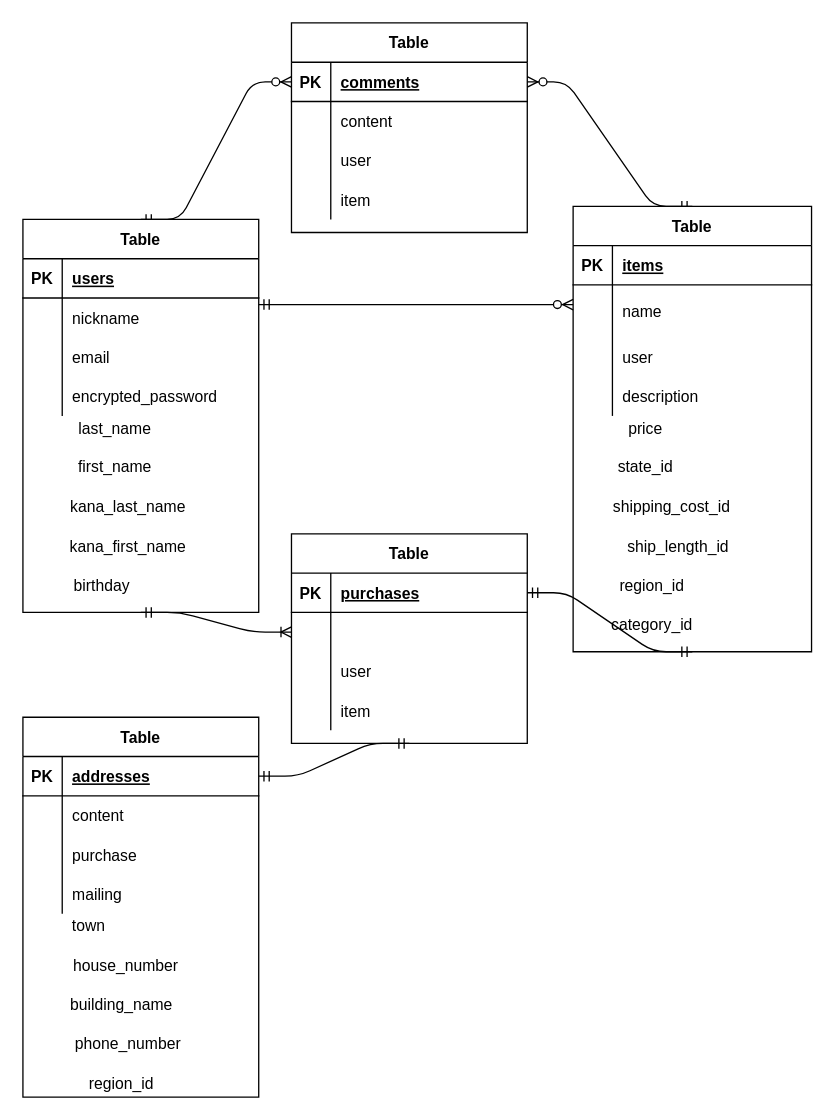
Before: test.drawio in Rick0317/furima-36668, a draw.io diagram. Source tidied: cells renumbered, new cells numbered last; positions are measured from the earlier drawing's top-left corner, leaving out a move shared by most shapes. Both pictures are drawn from the tidied source at 131%, with x=0, y=0 at pixel (22, 22).
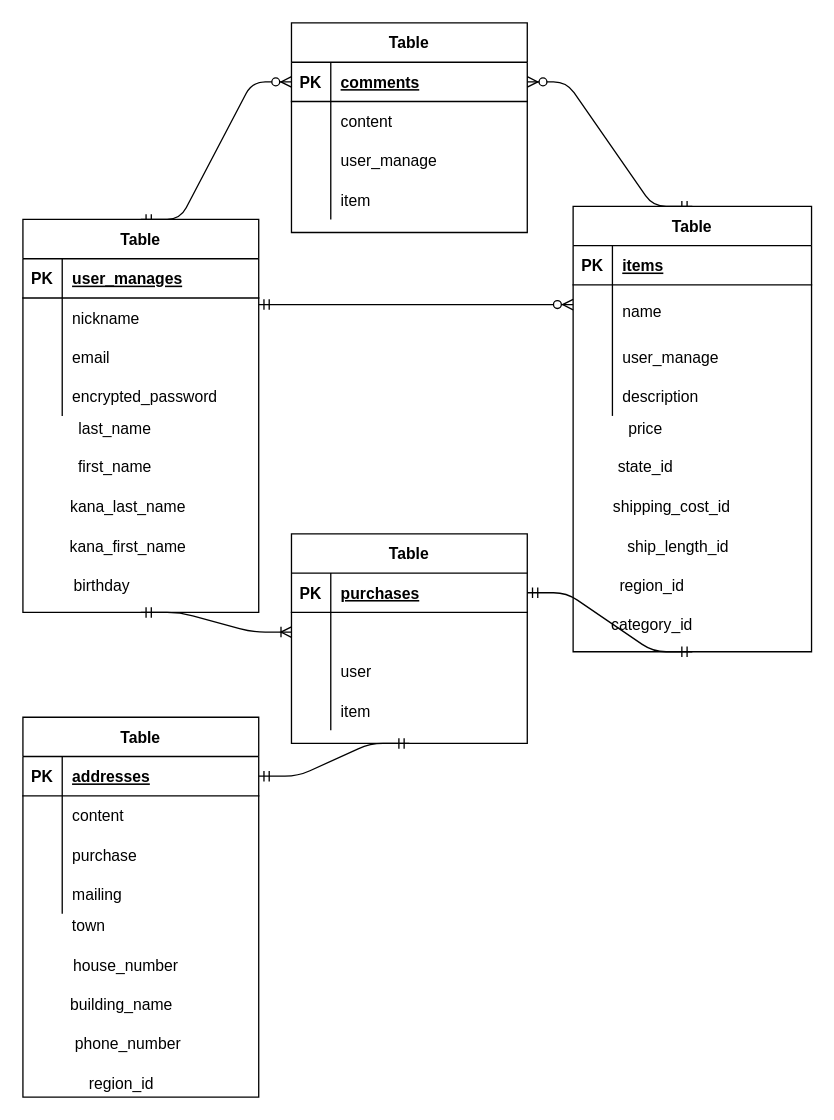
Above is the later version.

Commit message:
database setting commit new 1

The change refers to these unchanged cells:
```xml
<mxCell id="8" style="shape=partialRectangle;fillColor=none;top=0;left=0;bottom=1;right=0;" parent="7" vertex="1">
  <mxGeometry y="30" width="180" height="30" as="geometry" />
</mxCell>
<mxCell id="27" style="shape=partialRectangle;fillColor=none;top=0;left=0;bottom=0;right=0;" parent="20" vertex="1">
  <mxGeometry y="90" width="180" height="30" as="geometry" />
</mxCell>
<mxCell id="40" style="shape=partialRectangle;fillColor=none;top=0;left=0;bottom=0;right=0;" parent="33" vertex="1">
  <mxGeometry y="100" width="182" height="30" as="geometry" />
</mxCell>
```

What changed in the source:
```diff
@@
-    <mxCell id="10" value="users" style="shape=partialRectangle;fillColor=none;top=0;left=0;bottom=0;right=0;align=left;spacingLeft=6;fontStyle=5;overflow=hidden;" parent="8" vertex="1">
+    <mxCell id="10" value="user_manages" style="shape=partialRectangle;fillColor=none;top=0;left=0;bottom=0;right=0;align=left;spacingLeft=6;fontStyle=5;overflow=hidden;" parent="8" vertex="1">
       <mxGeometry x="30" width="150" height="30" as="geometry" />
     </mxCell>
@@
-    <mxCell id="29" value="user" style="shape=partialRectangle;fillColor=none;top=0;left=0;bottom=0;right=0;align=left;spacingLeft=6;overflow=hidden;" parent="27" vertex="1">
+    <mxCell id="29" value="user_manage" style="shape=partialRectangle;fillColor=none;top=0;left=0;bottom=0;right=0;align=left;spacingLeft=6;overflow=hidden;" parent="27" vertex="1">
       <mxGeometry x="30" width="150" height="30" as="geometry" />
     </mxCell>
@@
-    <mxCell id="42" value="user" style="shape=partialRectangle;fillColor=none;top=0;left=0;bottom=0;right=0;align=left;spacingLeft=6;overflow=hidden;" parent="40" vertex="1">
+    <mxCell id="42" value="user_manage" style="shape=partialRectangle;fillColor=none;top=0;left=0;bottom=0;right=0;align=left;spacingLeft=6;overflow=hidden;" parent="40" vertex="1">
       <mxGeometry x="30" width="152" height="30" as="geometry" />
     </mxCell>
```
